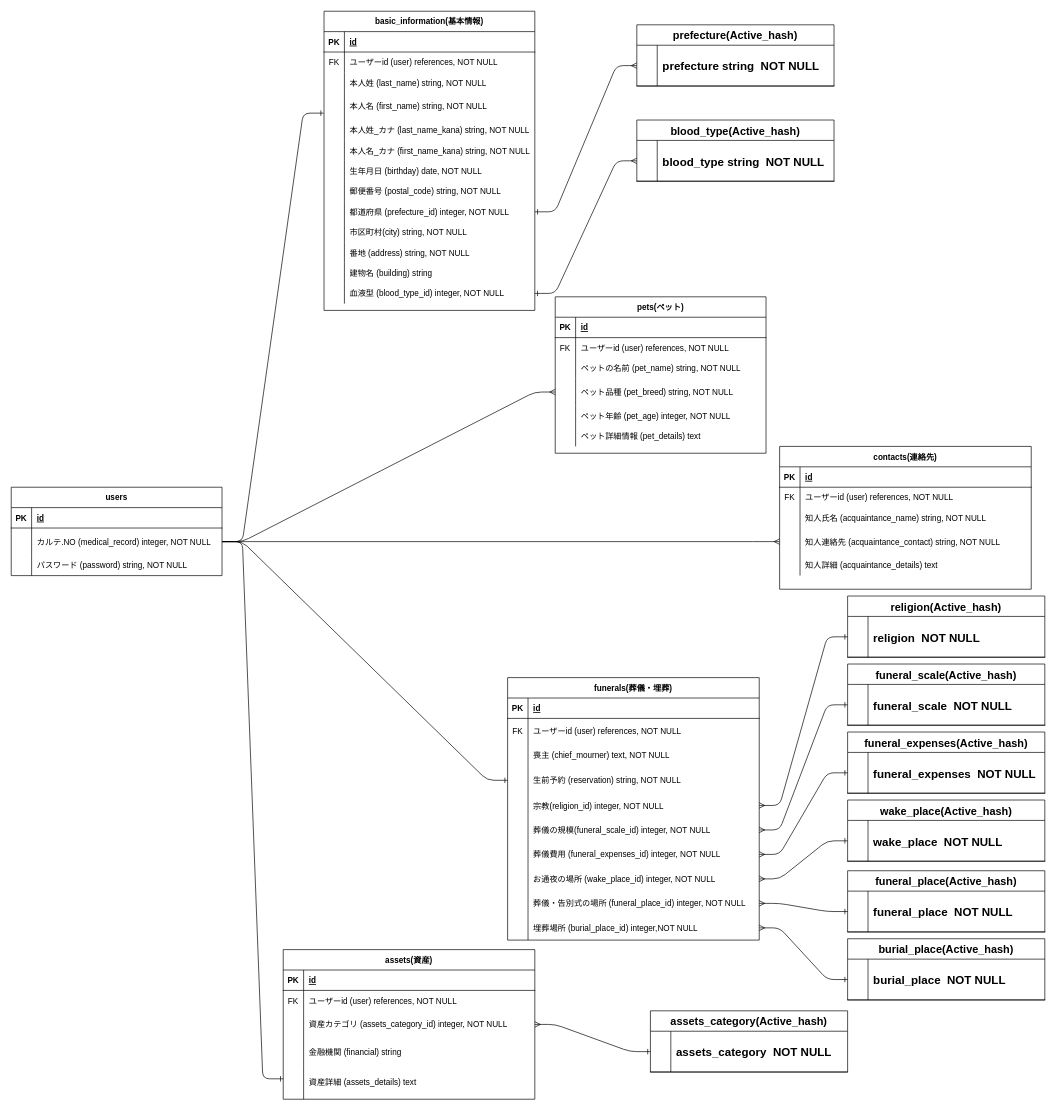
sutogone/ending_note keeps this draw.io diagram as ending.dio. Above is the earlier version. Source tidied: cells renumbered, new cells numbered last; positions are measured from the earlier drawing's top-left corner, leaving out a move shared by most shapes. Both pictures are drawn from the tidied source at 68%, with x=0, y=0 at pixel (11, 11).
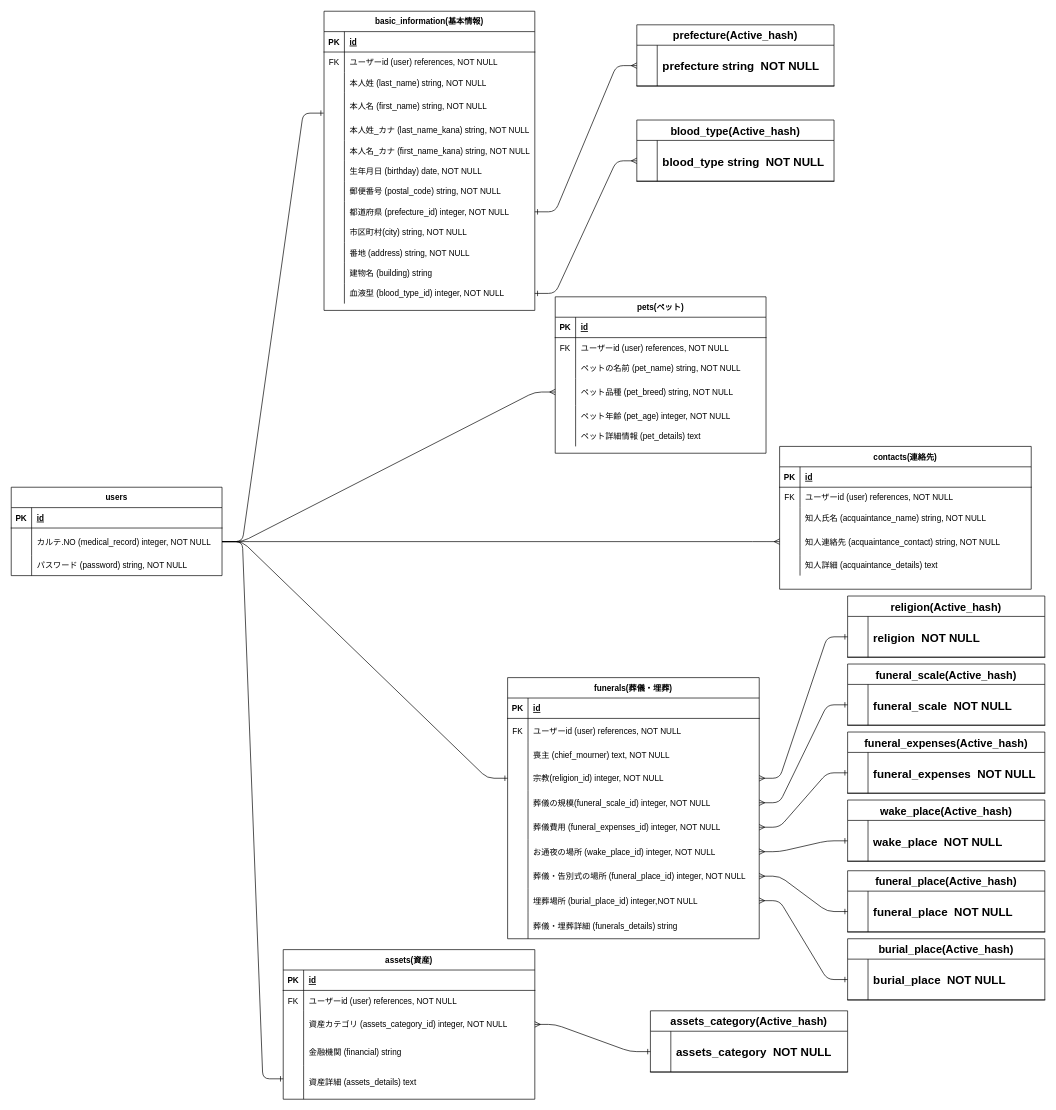
The same page after the edit.

The change refers to these unchanged cells:
```xml
<mxCell id="51" style="shape=partialRectangle;fillColor=none;top=0;left=0;bottom=0;right=0;points=[[0,0.5],[1,0.5]];portConstraint=eastwest;" parent="47" vertex="1">
  <mxGeometry y="60" width="310" height="40" as="geometry" />
</mxCell>
```

Change to the diagram source:
```diff
@@
-    <mxCell id="6" style="edgeStyle=entityRelationEdgeStyle;fontSize=12;html=1;endArrow=ERone;endFill=1;entryX=0;entryY=0.5;entryDx=0;entryDy=0;exitX=1;exitY=0.5;exitDx=0;exitDy=0;" parent="1" edge="1" source="51" target="141">
+    <mxCell id="6" style="edgeStyle=entityRelationEdgeStyle;fontSize=12;html=1;endArrow=ERone;endFill=1;entryX=0;entryY=0.5;entryDx=0;entryDy=0;exitX=1;exitY=0.5;exitDx=0;exitDy=0;" parent="1" edge="1" source="51" target="144">
       <mxGeometry relative="1" as="geometry" />
     </mxCell>
@@
     <mxCell id="131" value="funerals(葬儀・埋葬)" style="shape=table;startSize=30;childLayout=tableLayout;rowLines=0;fontStyle=1;align=center;" parent="1" vertex="1">
-      <mxGeometry x="730" y="980" width="370" height="386" as="geometry" />
+      <mxGeometry x="730" y="980" width="370" height="384" as="geometry" />
     </mxCell>
@@
     <mxCell id="138" style="shape=partialRectangle;fillColor=none;top=0;left=0;bottom=0;right=0;" parent="131" vertex="1">
-      <mxGeometry y="96" width="370" height="36" as="geometry" />
+      <mxGeometry y="96" width="370" height="34" as="geometry" />
     </mxCell>
     <mxCell id="139" style="shape=partialRectangle;fillColor=none;top=0;left=0;bottom=0;right=0;overflow=hidden;" parent="138" vertex="1">
-      <mxGeometry width="30" height="36" as="geometry" />
+      <mxGeometry width="30" height="34" as="geometry" />
     </mxCell>
     <mxCell id="140" value="喪主 (chief_mourner) text, NOT NULL" style="shape=partialRectangle;fillColor=none;top=0;left=0;bottom=0;right=0;align=left;spacingLeft=6;overflow=hidden;" parent="138" vertex="1">
-      <mxGeometry x="30" width="340" height="36" as="geometry" />
+      <mxGeometry x="30" width="340" height="34" as="geometry" />
     </mxCell>
-    <mxCell id="141" style="shape=partialRectangle;fillColor=none;top=0;left=0;bottom=0;right=0;points=[[0,0.5],[1,0.5]];portConstraint=eastwest;" parent="131" vertex="1">
-      <mxGeometry y="132" width="370" height="38" as="geometry" />
-    </mxCell>
-    <mxCell id="142" style="shape=partialRectangle;fillColor=none;top=0;left=0;bottom=0;right=0;overflow=hidden;" parent="141" vertex="1">
-      <mxGeometry width="30" height="38" as="geometry" />
-    </mxCell>
-    <mxCell id="143" value="生前予約 (reservation) string, NOT NULL" style="shape=partialRectangle;fillColor=none;top=0;left=0;bottom=0;right=0;align=left;spacingLeft=6;overflow=hidden;" parent="141" vertex="1">
-      <mxGeometry x="30" width="340" height="38" as="geometry" />
-    </mxCell>
     <mxCell id="144" style="shape=partialRectangle;fillColor=none;top=0;left=0;bottom=0;right=0;points=[[0,0.5],[1,0.5]];portConstraint=eastwest;" parent="131" vertex="1">
-      <mxGeometry y="170" width="370" height="36" as="geometry" />
+      <mxGeometry y="130" width="370" height="36" as="geometry" />
     </mxCell>
@@
     <mxCell id="147" style="shape=partialRectangle;fillColor=none;top=0;left=0;bottom=0;right=0;points=[[0,0.5],[1,0.5]];portConstraint=eastwest;" parent="131" vertex="1">
-      <mxGeometry y="206" width="370" height="36" as="geometry" />
+      <mxGeometry y="166" width="370" height="36" as="geometry" />
     </mxCell>
@@
     <mxCell id="150" style="shape=partialRectangle;fillColor=none;top=0;left=0;bottom=0;right=0;points=[[0,0.5],[1,0.5]];portConstraint=eastwest;" parent="131" vertex="1">
-      <mxGeometry y="242" width="370" height="36" as="geometry" />
+      <mxGeometry y="202" width="370" height="36" as="geometry" />
     </mxCell>
@@
     <mxCell id="153" style="shape=partialRectangle;fillColor=none;top=0;left=0;bottom=0;right=0;points=[[0,0.5],[1,0.5]];portConstraint=eastwest;" parent="131" vertex="1">
-      <mxGeometry y="278" width="370" height="36" as="geometry" />
+      <mxGeometry y="238" width="370" height="36" as="geometry" />
     </mxCell>
@@
     <mxCell id="156" style="shape=partialRectangle;fillColor=none;top=0;left=0;bottom=0;right=0;points=[[0,0.5],[1,0.5]];portConstraint=eastwest;" parent="131" vertex="1">
-      <mxGeometry y="314" width="370" height="36" as="geometry" />
+      <mxGeometry y="274" width="370" height="36" as="geometry" />
     </mxCell>
@@
     <mxCell id="159" style="shape=partialRectangle;fillColor=none;top=0;left=0;bottom=0;right=0;points=[[0,0.5],[1,0.5]];portConstraint=eastwest;" parent="131" vertex="1">
-      <mxGeometry y="350" width="370" height="36" as="geometry" />
+      <mxGeometry y="310" width="370" height="36" as="geometry" />
     </mxCell>
@@
+    <mxCell id="141" style="shape=partialRectangle;fillColor=none;top=0;left=0;bottom=0;right=0;points=[[0,0.5],[1,0.5]];portConstraint=eastwest;" parent="131" vertex="1">
+      <mxGeometry y="346" width="370" height="38" as="geometry" />
+    </mxCell>
+    <mxCell id="142" style="shape=partialRectangle;fillColor=none;top=0;left=0;bottom=0;right=0;overflow=hidden;" parent="141" vertex="1">
+      <mxGeometry width="30" height="38" as="geometry" />
+    </mxCell>
+    <mxCell id="143" value="葬儀・埋葬詳細 (funerals_details) string" style="shape=partialRectangle;fillColor=none;top=0;left=0;bottom=0;right=0;align=left;spacingLeft=6;overflow=hidden;" parent="141" vertex="1">
+      <mxGeometry x="30" width="340" height="38" as="geometry" />
+    </mxCell>
```
